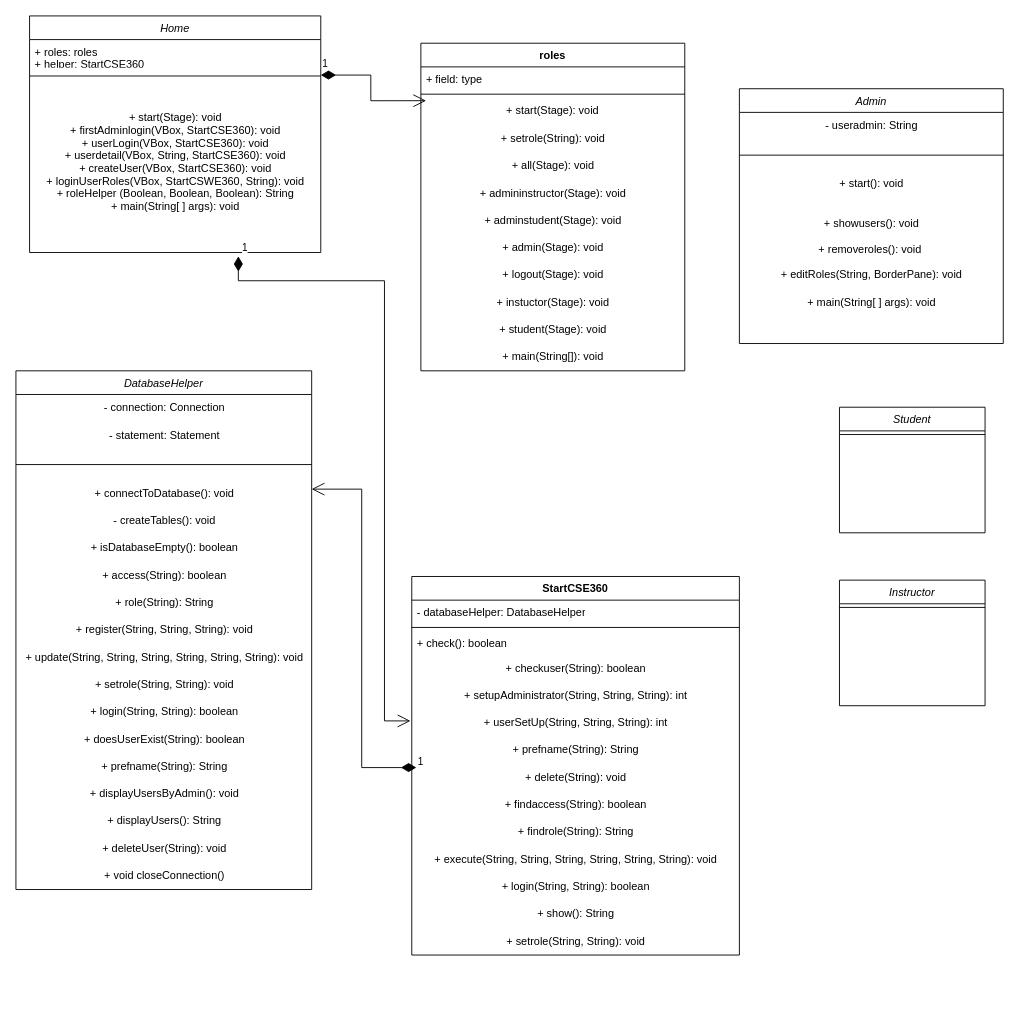
This is UML Diagram.drawio from mnevi/CSE360Project, a draw.io file, before an edit. Source tidied: cells renumbered, new cells numbered last; positions are measured from the earlier drawing's top-left corner, leaving out a move shared by most shapes. Both pictures are drawn from the tidied source at 91%, with x=0, y=0 at pixel (15, 15).
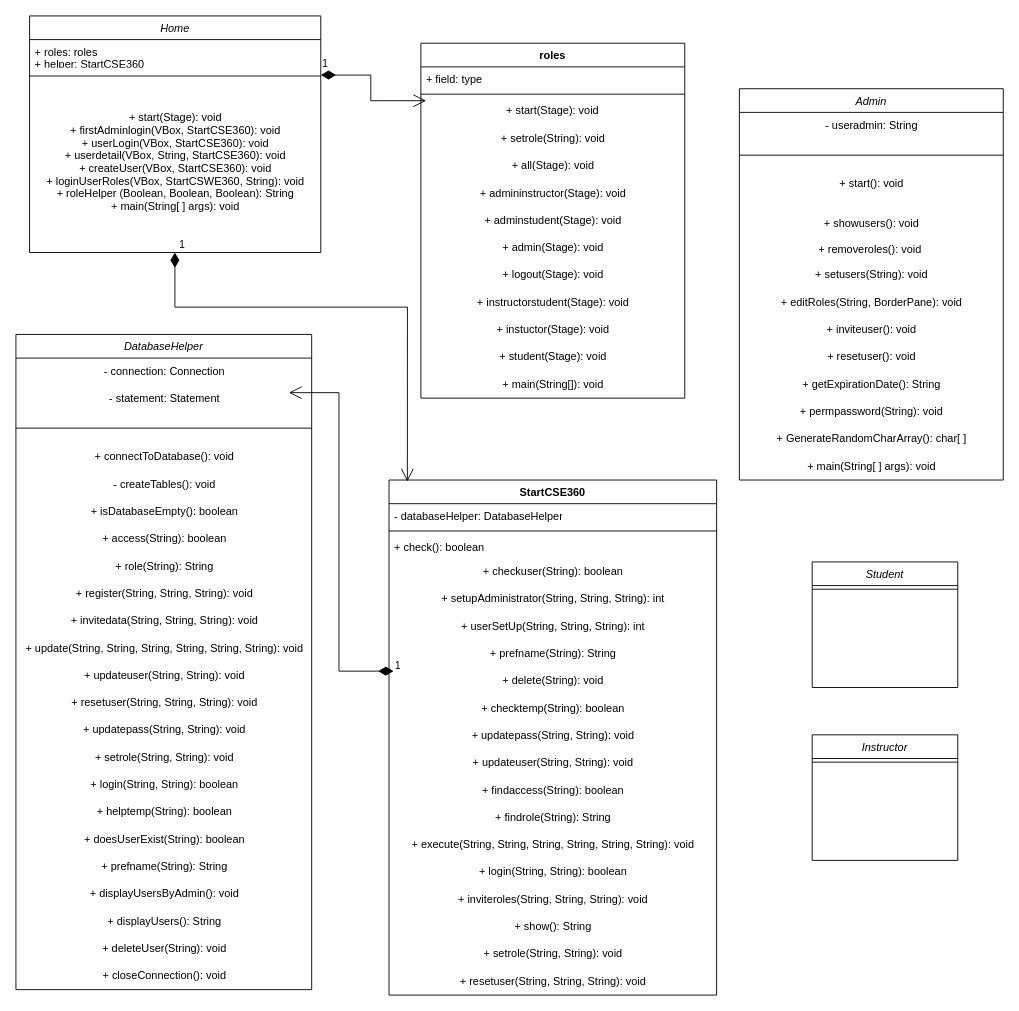
Above is the later version.

Unchanged cells that the change refers to:
```xml
<mxCell id="5" value="+ start(Stage): void&#10;+ firstAdminlogin(VBox, StartCSE360): void&#10;+ userLogin(VBox, StartCSE360): void&#10;+ userdetail(VBox, String, StartCSE360): void&#10;+ createUser(VBox, StartCSE360): void&#10;+ loginUserRoles(VBox, StartCSWE360, String): void&#10;+ roleHelper (Boolean, Boolean, Boolean): String&#10;+ main(String[ ] args): void" style="text;align=center;verticalAlign=top;spacingLeft=5;spacingRight=4;overflow=hidden;points=[[0,0.5],[1,0.5]];portConstraint=eastwest;spacingTop=13;spacing=7;labelBorderColor=none;labelBackgroundColor=none;" parent="2" vertex="1">
  <mxGeometry y="80" width="320" height="180" as="geometry" />
</mxCell>
<mxCell id="55" value="+ userSetUp(String, String, String): int" style="text;html=1;align=center;verticalAlign=middle;points=[];strokeColor=none;fillColor=none;" parent="49" vertex="1">
  <mxGeometry y="146" width="360" height="30" as="geometry" />
</mxCell>
```

Change to the diagram source:
```diff
@@
     <mxCell id="6" value="Student" style="swimlane;fontStyle=2;align=center;verticalAlign=top;horizontal=1;startSize=26;rounded=0;shadow=0;strokeWidth=1;" parent="1" vertex="1">
-      <mxGeometry x="905" y="430" width="160" height="138" as="geometry" />
+      <mxGeometry x="875" y="600" width="160" height="138" as="geometry" />
     </mxCell>
@@
     <mxCell id="8" value="Instructor" style="swimlane;fontStyle=2;align=center;verticalAlign=top;horizontal=1;startSize=26;rounded=0;shadow=0;strokeWidth=1;" parent="1" vertex="1">
-      <mxGeometry x="905" y="620" width="160" height="138" as="geometry" />
+      <mxGeometry x="875" y="790" width="160" height="138" as="geometry" />
     </mxCell>
@@
     <mxCell id="10" value="Admin" style="swimlane;fontStyle=2;align=center;verticalAlign=top;horizontal=1;startSize=26;rounded=0;shadow=0;strokeWidth=1;" parent="1" vertex="1">
-      <mxGeometry x="795" y="80" width="290" height="280" as="geometry" />
+      <mxGeometry x="795" y="80" width="290" height="430" as="geometry" />
     </mxCell>
@@
+    <mxCell id="67" value="+ setusers(String): void" style="text;html=1;align=center;verticalAlign=middle;strokeColor=none;fillColor=none;" parent="10" vertex="1">
+      <mxGeometry y="190" width="290" height="30" as="geometry" />
+    </mxCell>
     <mxCell id="15" value="+ editRoles(String, BorderPane): void" style="text;html=1;align=center;verticalAlign=middle;strokeColor=none;fillColor=none;" parent="10" vertex="1">
-      <mxGeometry y="190" width="290" height="30" as="geometry" />
+      <mxGeometry y="220" width="290" height="30" as="geometry" />
     </mxCell>
+    <mxCell id="68" value="+ inviteuser(): void" style="text;html=1;align=center;verticalAlign=middle;strokeColor=none;fillColor=none;" parent="10" vertex="1">
+      <mxGeometry y="250" width="290" height="30" as="geometry" />
+    </mxCell>
+    <mxCell id="69" value="+ resetuser(): void" style="text;html=1;align=center;verticalAlign=middle;strokeColor=none;fillColor=none;" parent="10" vertex="1">
+      <mxGeometry y="280" width="290" height="30" as="geometry" />
+    </mxCell>
+    <mxCell id="70" value="+ getExpirationDate(): String" style="text;html=1;align=center;verticalAlign=middle;strokeColor=none;fillColor=none;" parent="10" vertex="1">
+      <mxGeometry y="310" width="290" height="30" as="geometry" />
+    </mxCell>
+    <mxCell id="71" value="+ permpassword(String): void" style="text;html=1;align=center;verticalAlign=middle;strokeColor=none;fillColor=none;" parent="10" vertex="1">
+      <mxGeometry y="340" width="290" height="30" as="geometry" />
+    </mxCell>
+    <mxCell id="72" value="+ GenerateRandomCharArray(): char[ ]" style="text;html=1;align=center;verticalAlign=middle;strokeColor=none;fillColor=none;" parent="10" vertex="1">
+      <mxGeometry y="370" width="290" height="30" as="geometry" />
+    </mxCell>
     <mxCell id="16" value="+ main(String[ ] args): void" style="text;html=1;align=center;verticalAlign=middle;strokeColor=none;fillColor=none;" parent="10" vertex="1">
-      <mxGeometry y="220" width="290" height="30" as="geometry" />
+      <mxGeometry y="400" width="290" height="30" as="geometry" />
     </mxCell>
     <mxCell id="17" value="DatabaseHelper" style="swimlane;fontStyle=2;align=center;verticalAlign=top;horizontal=1;startSize=26;rounded=0;shadow=0;strokeWidth=1;" parent="1" vertex="1">
-      <mxGeometry y="390" width="325" height="570" as="geometry" />
+      <mxGeometry y="350" width="325" height="720" as="geometry" />
     </mxCell>
@@
+    <mxCell id="73" value="+ invitedata(String, String, String): void" style="text;html=1;align=center;verticalAlign=middle;strokeColor=none;fillColor=none;" parent="17" vertex="1">
+      <mxGeometry y="300" width="325" height="30" as="geometry" />
+    </mxCell>
     <mxCell id="27" value="+ update(String, String, String, String, String, String): void" style="text;html=1;align=center;verticalAlign=middle;strokeColor=none;fillColor=none;" parent="17" vertex="1">
-      <mxGeometry y="300" width="325" height="30" as="geometry" />
+      <mxGeometry y="330" width="325" height="30" as="geometry" />
     </mxCell>
+    <mxCell id="74" value="+ updateuser(String, String): void" style="text;html=1;align=center;verticalAlign=middle;strokeColor=none;fillColor=none;" parent="17" vertex="1">
+      <mxGeometry y="360" width="325" height="30" as="geometry" />
+    </mxCell>
+    <mxCell id="75" value="+ resetuser(String, String, String): void" style="text;html=1;align=center;verticalAlign=middle;strokeColor=none;fillColor=none;" parent="17" vertex="1">
+      <mxGeometry y="390" width="325" height="30" as="geometry" />
+    </mxCell>
+    <mxCell id="76" value="+ updatepass(String, String): void" style="text;html=1;align=center;verticalAlign=middle;strokeColor=none;fillColor=none;" parent="17" vertex="1">
+      <mxGeometry y="420" width="325" height="30" as="geometry" />
+    </mxCell>
     <mxCell id="28" value="+ setrole(String, String): void" style="text;html=1;align=center;verticalAlign=middle;strokeColor=none;fillColor=none;" parent="17" vertex="1">
-      <mxGeometry y="330" width="325" height="30" as="geometry" />
+      <mxGeometry y="450" width="325" height="30" as="geometry" />
     </mxCell>
     <mxCell id="29" value="+ login(String, String): boolean" style="text;html=1;align=center;verticalAlign=middle;strokeColor=none;fillColor=none;" parent="17" vertex="1">
-      <mxGeometry y="360" width="325" height="30" as="geometry" />
+      <mxGeometry y="480" width="325" height="30" as="geometry" />
     </mxCell>
+    <mxCell id="77" value="+ helptemp(String): boolean" style="text;html=1;align=center;verticalAlign=middle;strokeColor=none;fillColor=none;" parent="17" vertex="1">
+      <mxGeometry y="510" width="325" height="30" as="geometry" />
+    </mxCell>
     <mxCell id="30" value="+ doesUserExist(String): boolean" style="text;html=1;align=center;verticalAlign=middle;strokeColor=none;fillColor=none;" parent="17" vertex="1">
-      <mxGeometry y="390" width="325" height="30" as="geometry" />
+      <mxGeometry y="540" width="325" height="30" as="geometry" />
     </mxCell>
     <mxCell id="31" value="+ prefname(String): String" style="text;html=1;align=center;verticalAlign=middle;strokeColor=none;fillColor=none;" parent="17" vertex="1">
-      <mxGeometry y="420" width="325" height="30" as="geometry" />
+      <mxGeometry y="570" width="325" height="30" as="geometry" />
     </mxCell>
     <mxCell id="32" value="+ displayUsersByAdmin(): void" style="text;html=1;align=center;verticalAlign=middle;strokeColor=none;fillColor=none;" parent="17" vertex="1">
-      <mxGeometry y="450" width="325" height="30" as="geometry" />
+      <mxGeometry y="600" width="325" height="30" as="geometry" />
     </mxCell>
     <mxCell id="33" value="+ displayUsers(): String" style="text;html=1;align=center;verticalAlign=middle;strokeColor=none;fillColor=none;" parent="17" vertex="1">
-      <mxGeometry y="480" width="325" height="30" as="geometry" />
+      <mxGeometry y="630" width="325" height="30" as="geometry" />
     </mxCell>
     <mxCell id="34" value="+ deleteUser(String): void" style="text;html=1;align=center;verticalAlign=middle;strokeColor=none;fillColor=none;" parent="17" vertex="1">
-      <mxGeometry y="510" width="325" height="30" as="geometry" />
+      <mxGeometry y="660" width="325" height="30" as="geometry" />
     </mxCell>
-    <mxCell id="35" value="+ void closeConnection()" style="text;html=1;align=center;verticalAlign=middle;strokeColor=none;fillColor=none;" parent="17" vertex="1">
-      <mxGeometry y="540" width="325" height="30" as="geometry" />
+    <mxCell id="35" value="+ closeConnection(): void" style="text;html=1;align=center;verticalAlign=middle;strokeColor=none;fillColor=none;" parent="17" vertex="1">
+      <mxGeometry y="690" width="325" height="30" as="geometry" />
     </mxCell>
     <mxCell id="36" value="roles" style="swimlane;fontStyle=1;align=center;verticalAlign=top;horizontal=1;startSize=26;whiteSpace=wrap;html=1;" parent="1" vertex="1">
-      <mxGeometry x="445" y="30" width="290" height="360" as="geometry" />
+      <mxGeometry x="445" y="30" width="290" height="390" as="geometry" />
     </mxCell>
@@
+    <mxCell id="78" value="+ instructorstudent(Stage): void" style="text;html=1;align=center;verticalAlign=middle;strokeColor=none;fillColor=none;" parent="36" vertex="1">
+      <mxGeometry y="270" width="290" height="30" as="geometry" />
+    </mxCell>
     <mxCell id="46" value="+ instuctor(Stage): void" style="text;html=1;align=center;verticalAlign=middle;strokeColor=none;fillColor=none;" parent="36" vertex="1">
-      <mxGeometry y="270" width="290" height="30" as="geometry" />
+      <mxGeometry y="300" width="290" height="30" as="geometry" />
     </mxCell>
     <mxCell id="47" value="+ student(Stage): void" style="text;html=1;align=center;verticalAlign=middle;strokeColor=none;fillColor=none;" parent="36" vertex="1">
-      <mxGeometry y="300" width="290" height="30" as="geometry" />
+      <mxGeometry y="330" width="290" height="30" as="geometry" />
     </mxCell>
     <mxCell id="48" value="+ main(String[]): void" style="text;html=1;align=center;verticalAlign=middle;strokeColor=none;fillColor=none;" parent="36" vertex="1">
-      <mxGeometry y="330" width="290" height="30" as="geometry" />
+      <mxGeometry y="360" width="290" height="30" as="geometry" />
     </mxCell>
     <mxCell id="49" value="StartCSE360" style="swimlane;fontStyle=1;align=center;verticalAlign=top;horizontal=1;startSize=26;whiteSpace=wrap;html=1;" parent="1" vertex="1">
-      <mxGeometry x="435" y="616" width="360" height="416" as="geometry" />
+      <mxGeometry x="410" y="510" width="360" height="566" as="geometry" />
     </mxCell>
@@
+    <mxCell id="79" value="+ checktemp(String): boolean" style="text;html=1;align=center;verticalAlign=middle;strokeColor=none;fillColor=none;" parent="49" vertex="1">
+      <mxGeometry y="236" width="360" height="30" as="geometry" />
+    </mxCell>
+    <mxCell id="80" value="+ updatepass(String, String): void" style="text;html=1;align=center;verticalAlign=middle;strokeColor=none;fillColor=none;" parent="49" vertex="1">
+      <mxGeometry y="266" width="360" height="30" as="geometry" />
+    </mxCell>
+    <mxCell id="81" value="+ updateuser(String, String): void" style="text;html=1;align=center;verticalAlign=middle;strokeColor=none;fillColor=none;" parent="49" vertex="1">
+      <mxGeometry y="296" width="360" height="30" as="geometry" />
+    </mxCell>
     <mxCell id="59" value="+ findaccess(String): boolean" style="text;html=1;align=center;verticalAlign=middle;strokeColor=none;fillColor=none;" parent="49" vertex="1">
-      <mxGeometry y="236" width="360" height="30" as="geometry" />
+      <mxGeometry y="326" width="360" height="30" as="geometry" />
     </mxCell>
     <mxCell id="60" value="+ findrole(String): String" style="text;html=1;align=center;verticalAlign=middle;strokeColor=none;fillColor=none;" parent="49" vertex="1">
-      <mxGeometry y="266" width="360" height="30" as="geometry" />
+      <mxGeometry y="356" width="360" height="30" as="geometry" />
     </mxCell>
     <mxCell id="61" value="+ execute(String, String, String, String, String, String): void" style="text;html=1;align=center;verticalAlign=middle;strokeColor=none;fillColor=none;" parent="49" vertex="1">
-      <mxGeometry y="296" width="360" height="30" as="geometry" />
+      <mxGeometry y="386" width="360" height="30" as="geometry" />
     </mxCell>
     <mxCell id="62" value="+ login(String, String): boolean" style="text;html=1;align=center;verticalAlign=middle;strokeColor=none;fillColor=none;" parent="49" vertex="1">
-      <mxGeometry y="326" width="360" height="30" as="geometry" />
+      <mxGeometry y="416" width="360" height="30" as="geometry" />
     </mxCell>
+    <mxCell id="82" value="+ inviteroles(String, String, String): void" style="text;html=1;align=center;verticalAlign=middle;strokeColor=none;fillColor=none;" parent="49" vertex="1">
+      <mxGeometry y="446" width="360" height="30" as="geometry" />
+    </mxCell>
     <mxCell id="63" value="+ show(): String" style="text;html=1;align=center;verticalAlign=middle;strokeColor=none;fillColor=none;" parent="49" vertex="1">
-      <mxGeometry y="356" width="360" height="30" as="geometry" />
+      <mxGeometry y="476" width="360" height="30" as="geometry" />
     </mxCell>
     <mxCell id="64" value="+ setrole(String, String): void" style="text;html=1;align=center;verticalAlign=middle;strokeColor=none;fillColor=none;" parent="49" vertex="1">
-      <mxGeometry y="386" width="360" height="30" as="geometry" />
+      <mxGeometry y="506" width="360" height="30" as="geometry" />
     </mxCell>
+    <mxCell id="83" value="+ resetuser(String, String, String): void" style="text;html=1;align=center;verticalAlign=middle;strokeColor=none;fillColor=none;" parent="49" vertex="1">
+      <mxGeometry y="536" width="360" height="30" as="geometry" />
+    </mxCell>
@@
-    <mxCell id="66" value="1" style="endArrow=open;html=1;endSize=12;startArrow=diamondThin;startSize=14;startFill=1;edgeStyle=orthogonalEdgeStyle;align=left;verticalAlign=bottom;rounded=0;exitX=0.717;exitY=1.023;exitDx=0;exitDy=0;entryX=-0.004;entryY=0.424;entryDx=0;entryDy=0;entryPerimeter=0;exitPerimeter=0;" parent="1" edge="1" source="5" target="55">
+    <mxCell id="66" value="1" style="endArrow=open;html=1;endSize=12;startArrow=diamondThin;startSize=14;startFill=1;edgeStyle=orthogonalEdgeStyle;align=left;verticalAlign=bottom;rounded=0;exitX=0.499;exitY=1;exitDx=0;exitDy=0;exitPerimeter=0;entryX=0.056;entryY=0.003;entryDx=0;entryDy=0;entryPerimeter=0;" parent="1" edge="1" source="5" target="49">
       <mxGeometry x="-1" y="3" relative="1" as="geometry">
         <Array as="points">
-          <mxPoint x="244" y="291" />
-          <mxPoint x="405" y="291" />
-          <mxPoint x="405" y="775" />
+          <mxPoint x="175" y="320" />
+          <mxPoint x="430" y="320" />
         </Array>
       </mxGeometry>
     </mxCell>
```
